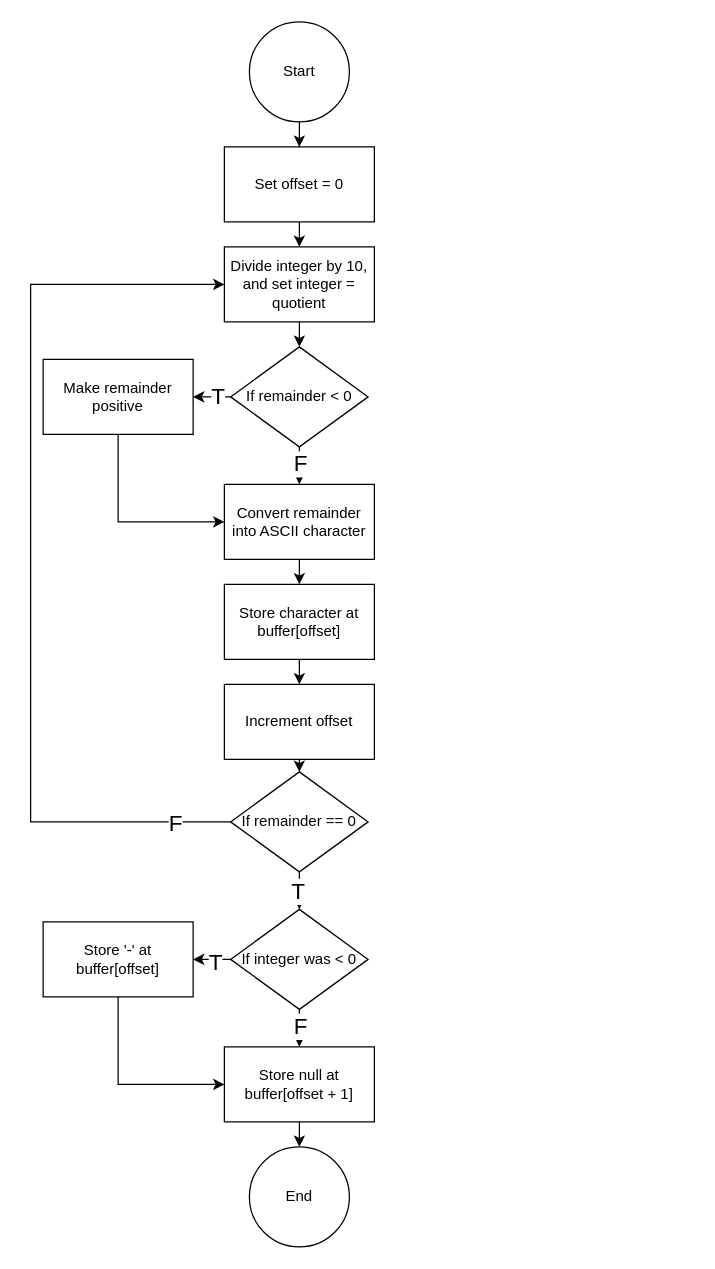
Before: src/int2cstr.drawio in salo217/CS3B-Bin2Dec, a draw.io diagram. Source tidied: cells renumbered, new cells numbered last; positions are measured from the earlier drawing's top-left corner, leaving out a move shared by most shapes. Both pictures are drawn from the tidied source at 125%, with x=0, y=0 at pixel (30, 21).
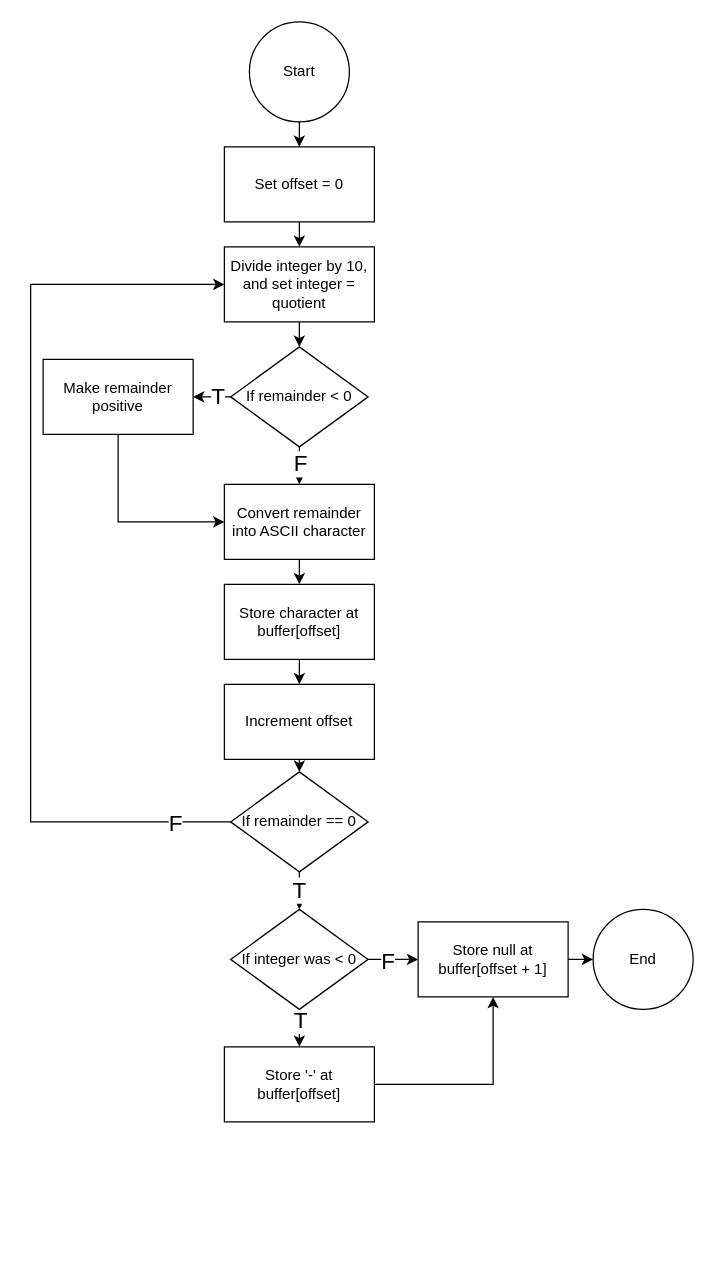
Above is the later version.

The change refers to these unchanged cells:
```xml
<mxCell id="21" style="edgeStyle=orthogonalEdgeStyle;rounded=0;jettySize=auto;html=1;exitX=0.5;exitY=1;exitDx=0;exitDy=0;entryX=0.5;entryY=0;entryDx=0;entryDy=0;" parent="1" edge="1" source="23" target="28">
  <mxGeometry relative="1" as="geometry" />
</mxCell>
<mxCell id="23" value="If remainder == 0" style="rhombus;whiteSpace=wrap;html=1;" parent="1" vertex="1">
  <mxGeometry x="160" y="600" width="110" height="80" as="geometry" />
</mxCell>
<mxCell id="28" value="If integer was &amp;lt; 0" style="rhombus;whiteSpace=wrap;html=1;" parent="1" vertex="1">
  <mxGeometry x="160" y="710" width="110" height="80" as="geometry" />
</mxCell>
```

What changed in the source:
```diff
@@
-    <mxCell id="22" value="&lt;font style=&quot;font-size: 18px;&quot;&gt;T&lt;/font&gt;" style="edgeLabel;html=1;align=center;verticalAlign=middle;" parent="21" vertex="1">
-      <mxGeometry x="-0.01" y="-2" relative="1" as="geometry" />
-    </mxCell>
+    <mxCell id="36" value="&lt;font style=&quot;font-size: 18px;&quot;&gt;T&lt;/font&gt;" style="edgeLabel;html=1;align=center;verticalAlign=middle;" parent="21" vertex="1">
+      <mxGeometry x="-0.04" y="-1" relative="1" as="geometry" />
+    </mxCell>
@@
+    <mxCell id="29" style="edgeStyle=orthogonalEdgeStyle;rounded=0;jettySize=auto;html=1;exitX=0.5;exitY=1;exitDx=0;exitDy=0;entryX=0.5;entryY=0;entryDx=0;entryDy=0;" parent="1" edge="1" source="30" target="23">
+      <mxGeometry relative="1" as="geometry" />
+    </mxCell>
+    <mxCell id="30" value="Increment offset" style="rounded=0;whiteSpace=wrap;html=1;" parent="1" vertex="1">
+      <mxGeometry x="155" y="530" width="120" height="60" as="geometry" />
+    </mxCell>
-    <mxCell id="24" style="edgeStyle=orthogonalEdgeStyle;rounded=0;jettySize=auto;html=1;exitX=0;exitY=0.5;exitDx=0;exitDy=0;entryX=1;entryY=0.5;entryDx=0;entryDy=0;" parent="1" edge="1" source="28" target="32">
+    <mxCell id="24" style="edgeStyle=orthogonalEdgeStyle;rounded=0;jettySize=auto;html=1;exitX=0.5;exitY=1;exitDx=0;exitDy=0;entryX=0.5;entryY=0;entryDx=0;entryDy=0;" parent="1" edge="1" source="28" target="32">
       <mxGeometry relative="1" as="geometry" />
     </mxCell>
-    <mxCell id="25" value="&lt;font style=&quot;font-size: 18px;&quot;&gt;T&lt;/font&gt;" style="edgeLabel;html=1;align=center;verticalAlign=middle;" parent="24" vertex="1">
-      <mxGeometry x="-0.13" y="2" relative="1" as="geometry" />
-    </mxCell>
+    <mxCell id="37" value="&lt;font style=&quot;font-size: 18px;&quot;&gt;T&lt;/font&gt;" style="edgeLabel;html=1;align=center;verticalAlign=middle;" parent="24" vertex="1">
+      <mxGeometry x="-0.47" relative="1" as="geometry" />
+    </mxCell>
-    <mxCell id="26" style="edgeStyle=orthogonalEdgeStyle;rounded=0;jettySize=auto;html=1;exitX=0.5;exitY=1;exitDx=0;exitDy=0;entryX=0.5;entryY=0;entryDx=0;entryDy=0;" parent="1" edge="1" source="28" target="34">
+    <mxCell id="26" style="edgeStyle=orthogonalEdgeStyle;rounded=0;jettySize=auto;html=1;exitX=1;exitY=0.5;exitDx=0;exitDy=0;entryX=0;entryY=0.5;entryDx=0;entryDy=0;" parent="1" edge="1" source="28" target="34">
       <mxGeometry relative="1" as="geometry" />
     </mxCell>
     <mxCell id="27" value="&lt;font style=&quot;font-size: 18px;&quot;&gt;F&lt;/font&gt;" style="edgeLabel;html=1;align=center;verticalAlign=middle;" parent="26" vertex="1">
-      <mxGeometry x="-0.14" relative="1" as="geometry" />
+      <mxGeometry x="-0.26" y="-1" relative="1" as="geometry" />
     </mxCell>
@@
-    <mxCell id="29" style="edgeStyle=orthogonalEdgeStyle;rounded=0;jettySize=auto;html=1;exitX=0.5;exitY=1;exitDx=0;exitDy=0;entryX=0.5;entryY=0;entryDx=0;entryDy=0;" parent="1" edge="1" source="30" target="23">
-      <mxGeometry relative="1" as="geometry" />
-    </mxCell>
-    <mxCell id="30" value="Increment offset" style="rounded=0;whiteSpace=wrap;html=1;" parent="1" vertex="1">
-      <mxGeometry x="155" y="530" width="120" height="60" as="geometry" />
-    </mxCell>
-    <mxCell id="31" style="edgeStyle=orthogonalEdgeStyle;rounded=0;jettySize=auto;html=1;exitX=0.5;exitY=1;exitDx=0;exitDy=0;entryX=0;entryY=0.5;entryDx=0;entryDy=0;" parent="1" edge="1" source="32" target="34">
+    <mxCell id="31" style="edgeStyle=orthogonalEdgeStyle;rounded=0;jettySize=auto;html=1;exitX=1;exitY=0.5;exitDx=0;exitDy=0;entryX=0.5;entryY=1;entryDx=0;entryDy=0;" parent="1" edge="1" source="32" target="34">
       <mxGeometry relative="1" as="geometry" />
     </mxCell>
     <mxCell id="32" value="Store '-' at buffer[offset]" style="rounded=0;whiteSpace=wrap;html=1;" parent="1" vertex="1">
-      <mxGeometry x="10" y="720" width="120" height="60" as="geometry" />
+      <mxGeometry x="155" y="820" width="120" height="60" as="geometry" />
     </mxCell>
-    <mxCell id="33" style="edgeStyle=orthogonalEdgeStyle;rounded=0;jettySize=auto;html=1;exitX=0.5;exitY=1;exitDx=0;exitDy=0;entryX=0.5;entryY=0;entryDx=0;entryDy=0;" parent="1" edge="1" source="34" target="35">
+    <mxCell id="33" style="edgeStyle=orthogonalEdgeStyle;rounded=0;jettySize=auto;html=1;exitX=1;exitY=0.5;exitDx=0;exitDy=0;entryX=0;entryY=0.5;entryDx=0;entryDy=0;" parent="1" edge="1" source="34" target="35">
       <mxGeometry relative="1" as="geometry" />
     </mxCell>
     <mxCell id="34" value="Store null at buffer[offset + 1]" style="rounded=0;whiteSpace=wrap;html=1;" parent="1" vertex="1">
-      <mxGeometry x="155" y="820" width="120" height="60" as="geometry" />
+      <mxGeometry x="310" y="720" width="120" height="60" as="geometry" />
     </mxCell>
     <mxCell id="35" value="End" style="ellipse;whiteSpace=wrap;html=1;" parent="1" vertex="1">
-      <mxGeometry x="175" y="900" width="80" height="80" as="geometry" />
+      <mxGeometry x="450" y="710" width="80" height="80" as="geometry" />
     </mxCell>
```
